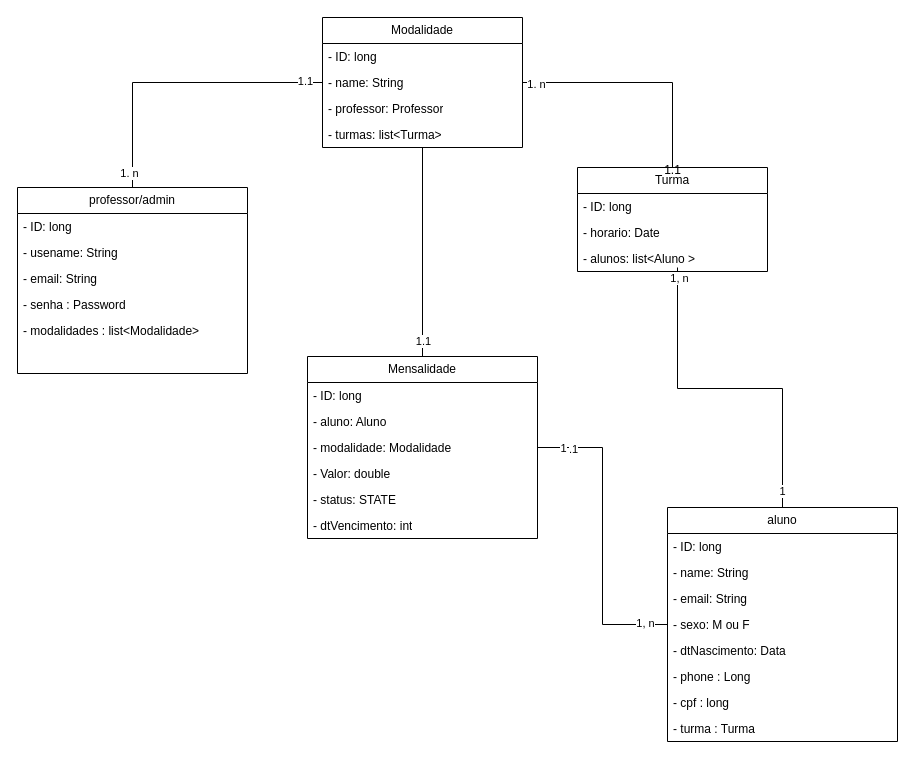
Before: page "diagrama-entidades" (2 of 3) of diagramas/CTControl.drawio in SpiderTheus/CTControl, a draw.io diagram. Source tidied: cells renumbered, new cells numbered last; positions are measured from the earlier drawing's top-left corner, leaving out a move shared by most shapes. Both pictures are drawn from the tidied source at 100%, with x=0, y=0 at pixel (17, 17).
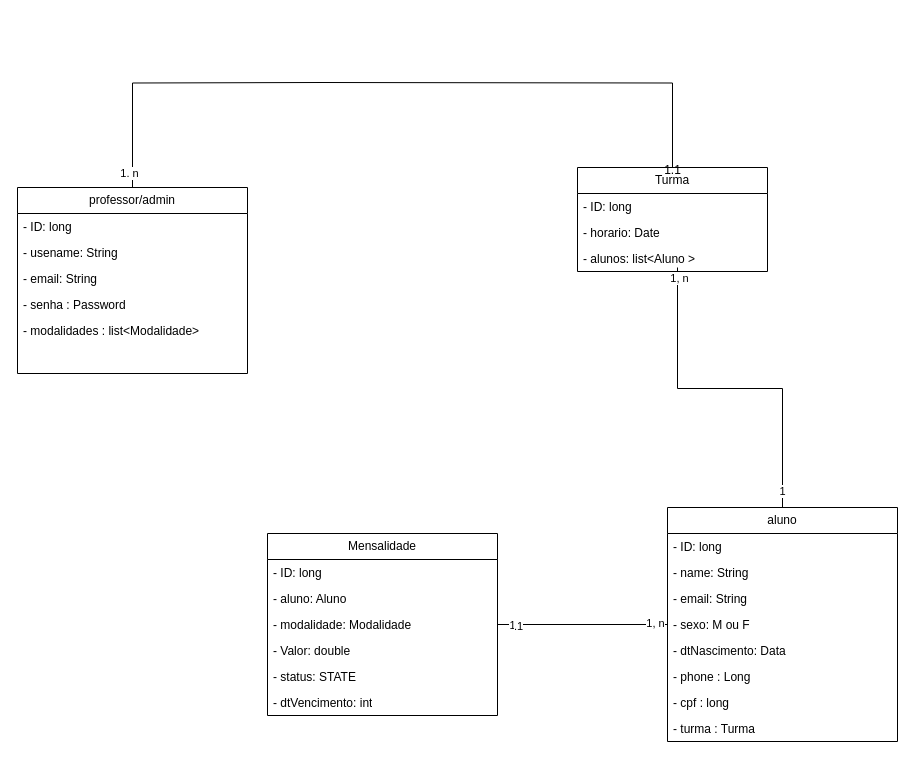
The same diagram, later.

The change refers to these unchanged cells:
```xml
<mxCell id="2" value="professor/admin" style="swimlane;fontStyle=0;horizontal=1;startSize=26;fillColor=none;whiteSpace=wrap;html=1;" parent="1" vertex="1">
  <mxGeometry y="170" width="230" height="186" as="geometry" />
</mxCell>
<mxCell id="20" value="Turma" style="swimlane;fontStyle=0;horizontal=1;startSize=26;fillColor=none;whiteSpace=wrap;html=1;" parent="1" vertex="1">
  <mxGeometry x="560" y="150" width="190" height="104" as="geometry" />
</mxCell>
```

What changed in the source:
```diff
@@
-    <mxCell id="8" style="edgeStyle=orthogonalEdgeStyle;rounded=0;jettySize=auto;html=1;shape=wire;dashed=1;endArrow=none;endFill=0;" parent="1" edge="1" source="15" target="2">
-      <mxGeometry relative="1" as="geometry" />
+    <mxCell id="8" style="edgeStyle=orthogonalEdgeStyle;rounded=0;jettySize=auto;html=1;shape=wire;dashed=1;endArrow=none;endFill=0;" parent="1" edge="1" target="2">
+      <mxGeometry relative="1" as="geometry">
+        <mxPoint x="305" y="65" as="sourcePoint" />
+      </mxGeometry>
     </mxCell>
@@
-    <mxCell id="10" value="1.1" style="edgeLabel;html=1;align=center;verticalAlign=middle;" parent="8" vertex="1">
-      <mxGeometry x="-0.88" y="-2" relative="1" as="geometry" />
-    </mxCell>
-    <mxCell id="11" style="edgeStyle=orthogonalEdgeStyle;rounded=0;jettySize=auto;html=1;endArrow=none;endFill=0;" parent="1" edge="1" source="15" target="20">
-      <mxGeometry relative="1" as="geometry" />
+    <mxCell id="11" style="edgeStyle=orthogonalEdgeStyle;rounded=0;jettySize=auto;html=1;endArrow=none;endFill=0;" parent="1" edge="1" target="20">
+      <mxGeometry relative="1" as="geometry">
+        <mxPoint x="300" y="65" as="sourcePoint" />
+      </mxGeometry>
     </mxCell>
-    <mxCell id="12" value="1. n" style="edgeLabel;html=1;align=center;verticalAlign=middle;" parent="11" vertex="1">
-      <mxGeometry x="-0.89" y="-1" relative="1" as="geometry" />
-    </mxCell>
-    <mxCell id="13" style="edgeStyle=orthogonalEdgeStyle;rounded=0;jettySize=auto;html=1;endArrow=none;endFill=0;" parent="1" edge="1" source="15" target="41">
-      <mxGeometry relative="1" as="geometry" />
-    </mxCell>
-    <mxCell id="14" value="1.1" style="edgeLabel;html=1;align=center;verticalAlign=middle;" parent="13" vertex="1">
-      <mxGeometry x="0.85" relative="1" as="geometry" />
-    </mxCell>
-    <mxCell id="15" value="Modalidade" style="swimlane;fontStyle=0;horizontal=1;startSize=26;fillColor=none;whiteSpace=wrap;html=1;" parent="1" vertex="1">
-      <mxGeometry x="305" width="200" height="130" as="geometry" />
-    </mxCell>
-    <mxCell id="16" value="- ID: long" style="text;strokeColor=none;fillColor=none;align=left;verticalAlign=top;spacingLeft=4;spacingRight=4;overflow=hidden;whiteSpace=wrap;html=1;" parent="15" vertex="1">
-      <mxGeometry y="26" width="200" height="26" as="geometry" />
-    </mxCell>
-    <mxCell id="17" value="- name: String" style="text;strokeColor=none;fillColor=none;align=left;verticalAlign=top;spacingLeft=4;spacingRight=4;overflow=hidden;whiteSpace=wrap;html=1;" parent="15" vertex="1">
-      <mxGeometry y="52" width="200" height="26" as="geometry" />
-    </mxCell>
-    <mxCell id="18" value="- professor: Professor" style="text;strokeColor=none;fillColor=none;align=left;verticalAlign=top;spacingLeft=4;spacingRight=4;overflow=hidden;whiteSpace=wrap;html=1;" parent="15" vertex="1">
-      <mxGeometry y="78" width="200" height="26" as="geometry" />
-    </mxCell>
-    <mxCell id="19" value="- turmas: list&amp;lt;Turma&amp;gt;" style="text;strokeColor=none;fillColor=none;align=left;verticalAlign=top;spacingLeft=4;spacingRight=4;overflow=hidden;whiteSpace=wrap;html=1;" parent="15" vertex="1">
-      <mxGeometry y="104" width="200" height="26" as="geometry" />
-    </mxCell>
@@
     <mxCell id="41" value="Mensalidade" style="swimlane;fontStyle=0;horizontal=1;startSize=26;fillColor=none;whiteSpace=wrap;html=1;" parent="1" vertex="1">
-      <mxGeometry x="290" y="339" width="230" height="182" as="geometry" />
+      <mxGeometry x="250" y="516" width="230" height="182" as="geometry" />
     </mxCell>
```
